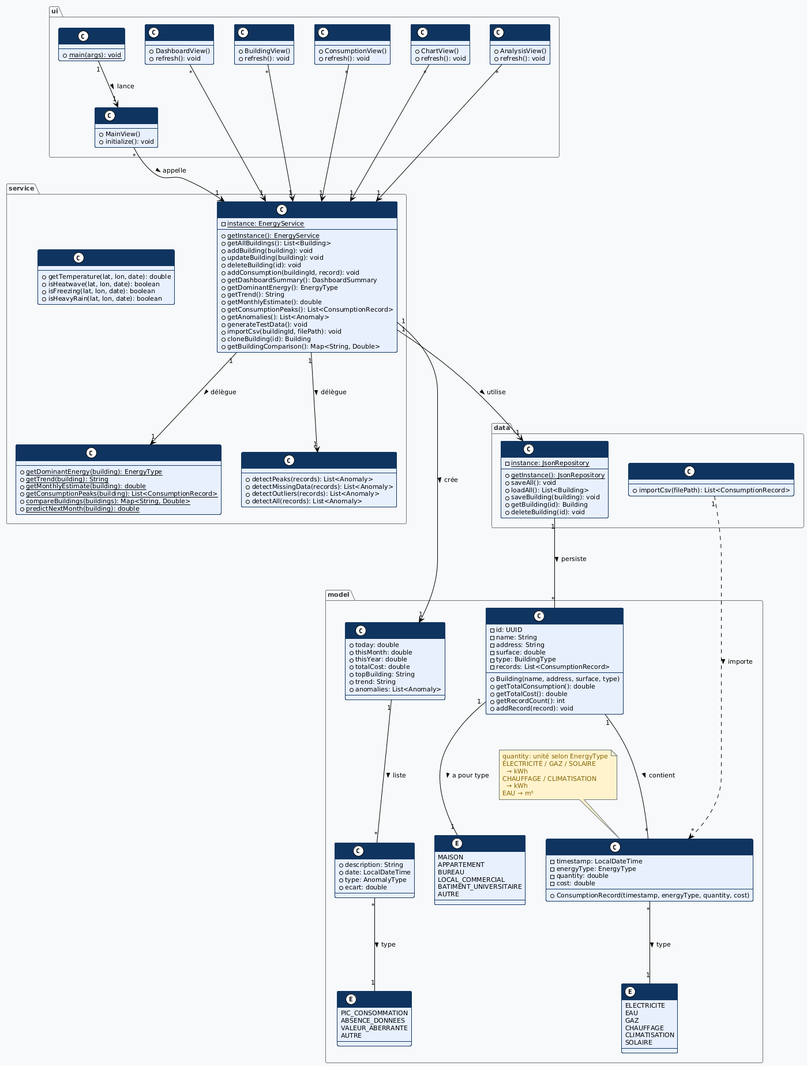
Earlier version of the PlantUML export docs/diagrams/SmartEnergyManager_ClassDiagram.png (maraa081/smart-energy-manager).
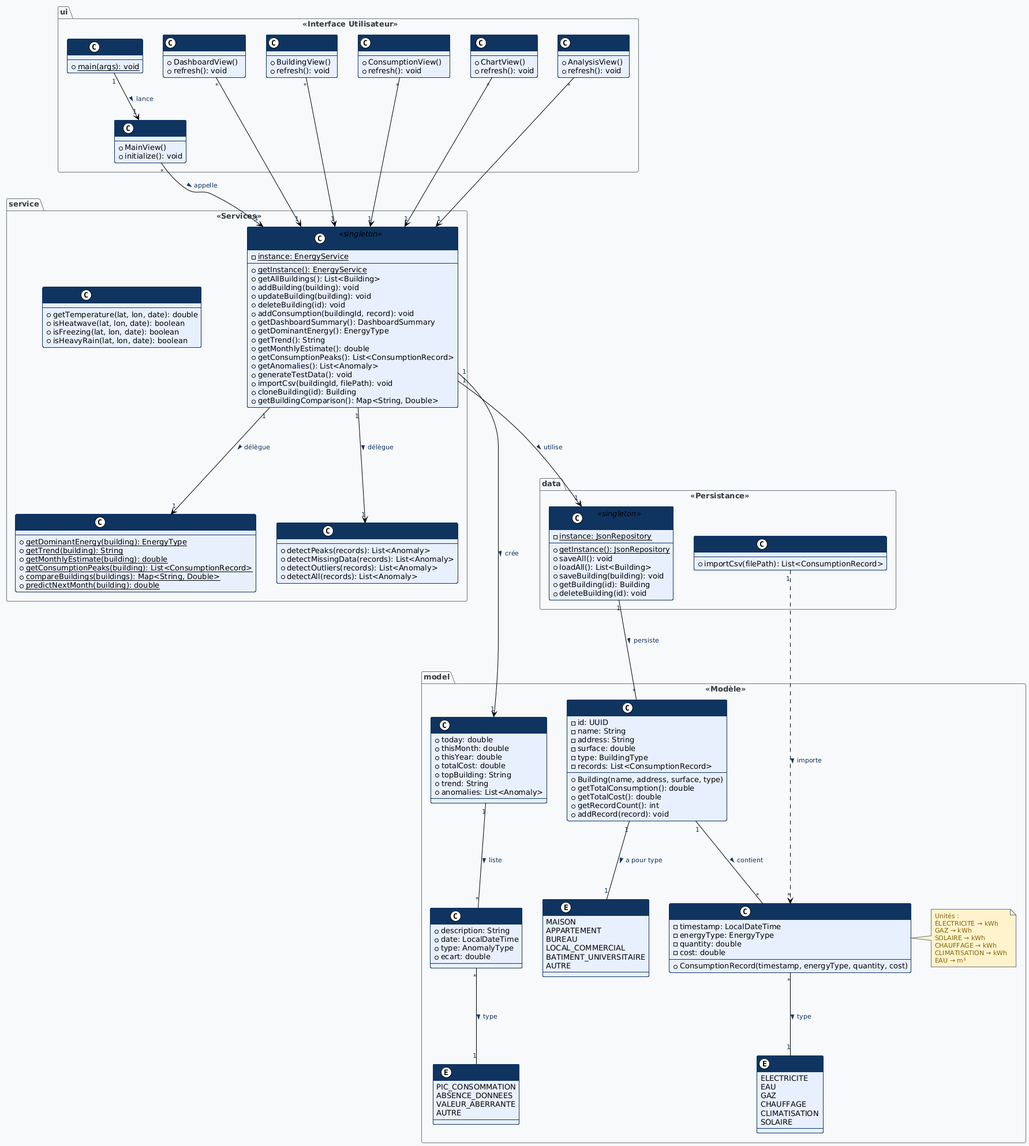
After the change.

Commit message:
fix: amélioration lisibilité diagramme (police + taille + note unités)

Diff of the diagram source:
```diff
@@ -3,25 +3,27 @@
 skinparam backgroundColor #f8f9fa
 skinparam componentStyle rectangle
 skinparam defaultFontName Helvetica
-skinparam defaultFontSize 11
-hide stereotype
+skinparam defaultFontSize 13
 skinparam class {
     BorderColor #0f3460
     BackgroundColor #e8f0fe
     FontColor #0f3460
     HeaderBackgroundColor #0f3460
     HeaderFontColor white
-    FontSize 11
+    FontSize 13
+    FontStyle bold
 }
 skinparam enum {
     BorderColor #0f3460
     BackgroundColor #d4edda
     FontColor #0f3460
+    FontSize 12
 }
 skinparam note {
     BorderColor #6c757d
     BackgroundColor #fff3cd
     FontColor #856404
+    FontSize 11
 }
 skinparam package {
     BorderColor #6c757d
@@ -29,8 +31,12 @@
     FontColor #343a40
     FontStyle bold
 }
+skinparam arrow {
+    FontSize 11
+    FontColor #0f3460
+}
 
-package "model" {
+package "model" <<Modèle>> {
     class Building {
         - id: UUID
         - name: String
@@ -53,12 +59,13 @@
         + ConsumptionRecord(timestamp, energyType, quantity, cost)
     }
 
-    note top of ConsumptionRecord
-      quantity: unité selon EnergyType
-      ÉLECTRICITÉ / GAZ / SOLAIRE
-        → kWh
-      CHAUFFAGE / CLIMATISATION
-        → kWh
+    note right of ConsumptionRecord
+      Unités :
+      ÉLECTRICITÉ → kWh
+      GAZ → kWh
+      SOLAIRE → kWh
+      CHAUFFAGE → kWh
+      CLIMATISATION → kWh
       EAU → m³
     end note
 
@@ -105,7 +112,7 @@
     }
 }
 
-package "data" {
+package "data" <<Persistance>> {
     class JsonRepository <<singleton>> {
         - {static} instance: JsonRepository
         + {static} getInstance(): JsonRepository
@@ -121,7 +128,7 @@
     }
 }
 
-package "service" {
+package "service" <<Services>> {
     class EnergyService <<singleton>> {
         - {static} instance: EnergyService
         + {static} getInstance(): EnergyService
@@ -166,7 +173,7 @@
     }
 }
 
-package "ui" {
+package "ui" <<Interface Utilisateur>> {
     class App {
         + {static} main(args): void
     }
```
